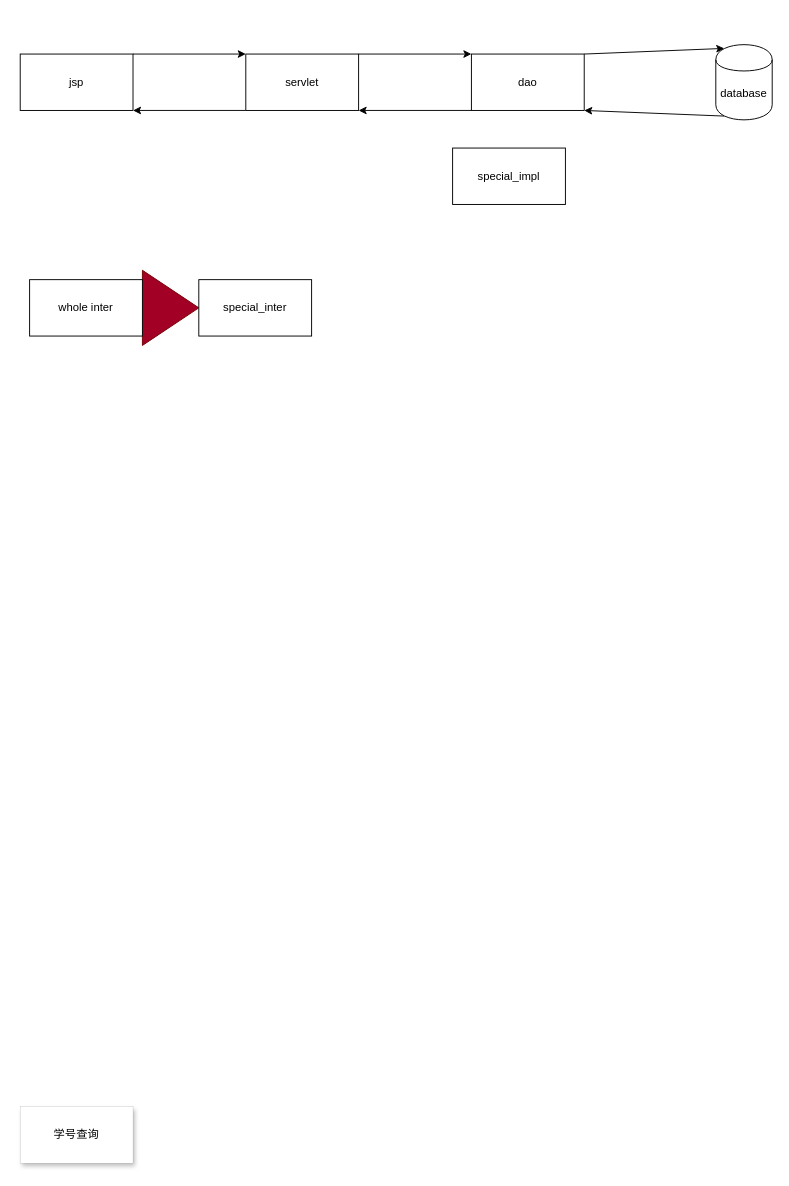
This is dormsys/note/search.drawio from Canwaiting/note, a draw.io file, before an edit. Source tidied: cells renumbered, new cells numbered last; positions are measured from the earlier drawing's top-left corner, leaving out a move shared by most shapes. Both pictures are drawn from the tidied source at 94%, with x=0, y=0 at pixel (20, 44).
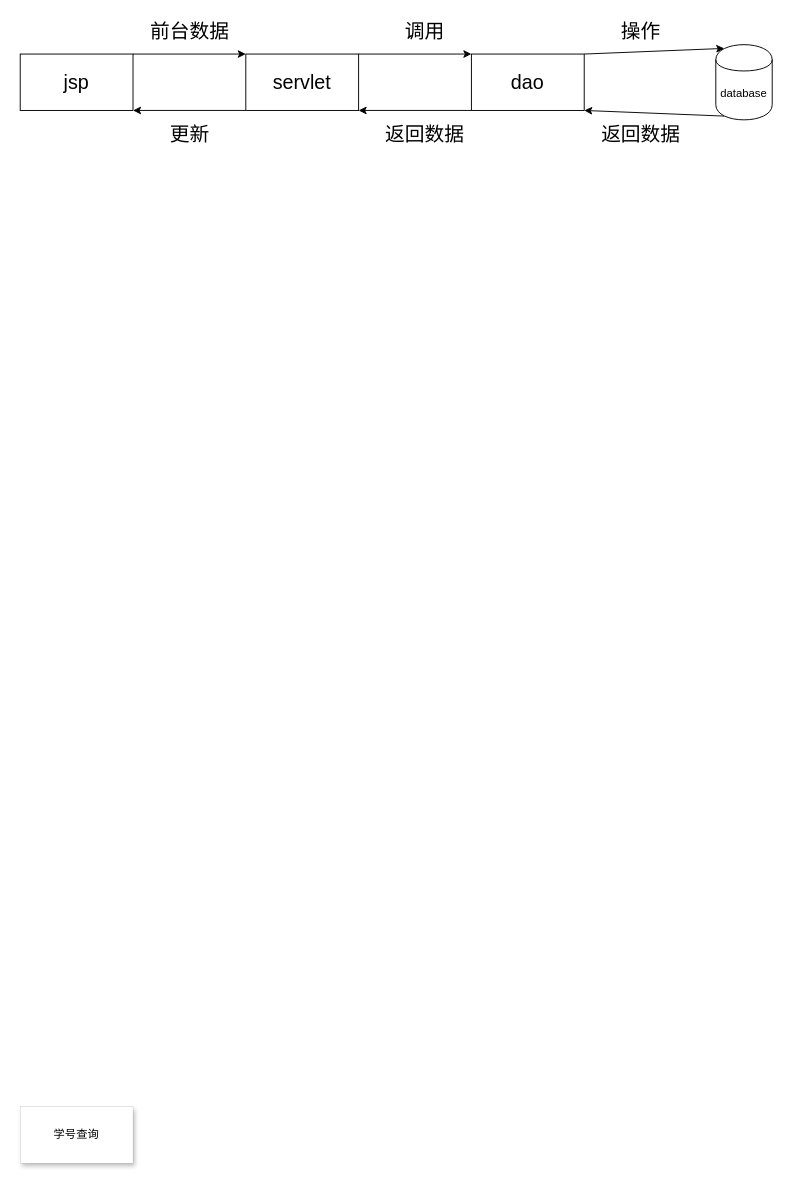
The same page after the edit.

What changed in the source:
```diff
@@
 <mxGraphModel background="#FFFFFF">
   <root>
     <mxCell id="0" />
     <mxCell id="1" parent="0" />
     <mxCell id="2" value="学号查询" style="whiteSpace=wrap;html=1;shadow=1;strokeWidth=0;" parent="1" vertex="1">
       <mxGeometry y="1130" width="120" height="60" as="geometry" />
     </mxCell>
-    <mxCell id="3" style="edgeStyle=none;html=1;exitX=1;exitY=0;exitDx=0;exitDy=0;entryX=0;entryY=0;entryDx=0;entryDy=0;strokeColor=#000000;" parent="1" edge="1" source="4" target="7">
+    <mxCell id="3" style="edgeStyle=none;html=1;exitX=1;exitY=0;exitDx=0;exitDy=0;entryX=0;entryY=0;entryDx=0;entryDy=0;strokeColor=#000000;fontSize=21;" parent="1" edge="1" source="4" target="7">
       <mxGeometry relative="1" as="geometry" />
     </mxCell>
-    <mxCell id="4" value="jsp" style="whiteSpace=wrap;html=1;" parent="1" vertex="1">
+    <mxCell id="4" value="jsp" style="whiteSpace=wrap;html=1;fontSize=21;" parent="1" vertex="1">
       <mxGeometry y="10" width="120" height="60" as="geometry" />
     </mxCell>
-    <mxCell id="5" style="edgeStyle=none;html=1;exitX=0;exitY=1;exitDx=0;exitDy=0;entryX=1;entryY=1;entryDx=0;entryDy=0;strokeColor=#000000;" parent="1" edge="1" source="7" target="4">
+    <mxCell id="5" style="edgeStyle=none;html=1;exitX=0;exitY=1;exitDx=0;exitDy=0;entryX=1;entryY=1;entryDx=0;entryDy=0;strokeColor=#000000;fontSize=21;" parent="1" edge="1" source="7" target="4">
       <mxGeometry relative="1" as="geometry" />
     </mxCell>
-    <mxCell id="6" style="edgeStyle=none;html=1;exitX=1;exitY=0;exitDx=0;exitDy=0;entryX=0;entryY=0;entryDx=0;entryDy=0;strokeColor=#000000;" parent="1" edge="1" source="7" target="10">
+    <mxCell id="6" style="edgeStyle=none;html=1;exitX=1;exitY=0;exitDx=0;exitDy=0;entryX=0;entryY=0;entryDx=0;entryDy=0;strokeColor=#000000;fontSize=21;" parent="1" edge="1" source="7" target="10">
       <mxGeometry relative="1" as="geometry" />
     </mxCell>
-    <mxCell id="7" value="servlet" style="whiteSpace=wrap;html=1;" parent="1" vertex="1">
+    <mxCell id="7" value="servlet" style="whiteSpace=wrap;html=1;fontSize=21;" parent="1" vertex="1">
       <mxGeometry x="240" y="10" width="120" height="60" as="geometry" />
     </mxCell>
-    <mxCell id="8" style="edgeStyle=none;html=1;exitX=0;exitY=1;exitDx=0;exitDy=0;entryX=1;entryY=1;entryDx=0;entryDy=0;strokeColor=#000000;" parent="1" edge="1" source="10" target="7">
+    <mxCell id="8" style="edgeStyle=none;html=1;exitX=0;exitY=1;exitDx=0;exitDy=0;entryX=1;entryY=1;entryDx=0;entryDy=0;strokeColor=#000000;fontSize=21;" parent="1" edge="1" source="10" target="7">
       <mxGeometry relative="1" as="geometry" />
     </mxCell>
-    <mxCell id="9" style="edgeStyle=none;html=1;exitX=1;exitY=0;exitDx=0;exitDy=0;entryX=0.15;entryY=0.05;entryDx=0;entryDy=0;entryPerimeter=0;strokeColor=#000000;" parent="1" edge="1" source="10" target="12">
+    <mxCell id="9" style="edgeStyle=none;html=1;exitX=1;exitY=0;exitDx=0;exitDy=0;entryX=0.15;entryY=0.05;entryDx=0;entryDy=0;entryPerimeter=0;strokeColor=#000000;fontSize=12;" parent="1" edge="1" source="10" target="12">
       <mxGeometry relative="1" as="geometry" />
     </mxCell>
-    <mxCell id="10" value="dao" style="whiteSpace=wrap;html=1;" parent="1" vertex="1">
+    <mxCell id="10" value="dao" style="whiteSpace=wrap;html=1;fontSize=21;" parent="1" vertex="1">
       <mxGeometry x="480" y="10" width="120" height="60" as="geometry" />
     </mxCell>
-    <mxCell id="11" style="edgeStyle=none;html=1;exitX=0.15;exitY=0.95;exitDx=0;exitDy=0;exitPerimeter=0;entryX=1;entryY=1;entryDx=0;entryDy=0;strokeColor=#000000;" parent="1" edge="1" source="12" target="10">
+    <mxCell id="11" style="edgeStyle=none;html=1;exitX=0.15;exitY=0.95;exitDx=0;exitDy=0;exitPerimeter=0;entryX=1;entryY=1;entryDx=0;entryDy=0;strokeColor=#000000;fontSize=12;" parent="1" edge="1" source="12" target="10">
       <mxGeometry relative="1" as="geometry" />
     </mxCell>
-    <mxCell id="12" value="database" style="shape=cylinder;whiteSpace=wrap;html=1;boundedLbl=1;backgroundOutline=1;" parent="1" vertex="1">
+    <mxCell id="12" value="database" style="shape=cylinder;whiteSpace=wrap;html=1;boundedLbl=1;backgroundOutline=1;fontSize=12;" parent="1" vertex="1">
       <mxGeometry x="740" width="60" height="80" as="geometry" />
     </mxCell>
-    <mxCell id="13" style="triangle;whiteSpace=wrap;html=1;fillColor=#a20025;strokeColor=#6F0000;fontColor=#ffffff;" parent="1" vertex="1">
-      <mxGeometry x="130" y="240" width="60" height="80" as="geometry" />
-    </mxCell>
-    <mxCell id="14" value="special_inter" style="whiteSpace=wrap;html=1;" parent="1" vertex="1">
-      <mxGeometry x="190" y="250" width="120" height="60" as="geometry" />
-    </mxCell>
-    <mxCell id="15" value="special_impl" style="whiteSpace=wrap;html=1;" parent="1" vertex="1">
-      <mxGeometry x="460" y="110" width="120" height="60" as="geometry" />
-    </mxCell>
-    <mxCell id="16" value="whole inter" style="whiteSpace=wrap;html=1;" parent="1" vertex="1">
-      <mxGeometry x="10" y="250" width="120" height="60" as="geometry" />
+    <mxCell id="16" value="&lt;font color=&quot;#000000&quot;&gt;前台数据&lt;/font&gt;" style="text;html=1;align=center;verticalAlign=middle;strokeColor=none;fontSize=21;" parent="1" vertex="1">
+      <mxGeometry x="130" y="-30" width="100" height="30" as="geometry" />
     </mxCell>
+    <mxCell id="17" value="&lt;font color=&quot;#000000&quot;&gt;返回数据&lt;/font&gt;" style="text;html=1;align=center;verticalAlign=middle;strokeColor=none;fontSize=21;" parent="1" vertex="1">
+      <mxGeometry x="380" y="80" width="100" height="30" as="geometry" />
+    </mxCell>
+    <mxCell id="18" value="&lt;font color=&quot;#000000&quot;&gt;操作&lt;/font&gt;" style="text;html=1;align=center;verticalAlign=middle;strokeColor=none;fontSize=21;" parent="1" vertex="1">
+      <mxGeometry x="630" y="-30" width="60" height="30" as="geometry" />
+    </mxCell>
+    <mxCell id="19" value="&lt;font color=&quot;#000000&quot;&gt;调用&lt;/font&gt;" style="text;html=1;align=center;verticalAlign=middle;strokeColor=none;fontSize=21;" parent="1" vertex="1">
+      <mxGeometry x="400" y="-30" width="60" height="30" as="geometry" />
+    </mxCell>
+    <mxCell id="20" value="&lt;font color=&quot;#000000&quot;&gt;返回数据&lt;/font&gt;" style="text;html=1;align=center;verticalAlign=middle;strokeColor=none;fontSize=21;" parent="1" vertex="1">
+      <mxGeometry x="610" y="80" width="100" height="30" as="geometry" />
+    </mxCell>
+    <mxCell id="21" value="&lt;font color=&quot;#000000&quot;&gt;更新&lt;/font&gt;" style="text;html=1;align=center;verticalAlign=middle;strokeColor=none;fontSize=21;" parent="1" vertex="1">
+      <mxGeometry x="150" y="80" width="60" height="30" as="geometry" />
+    </mxCell>
   </root>
 </mxGraphModel>
```
